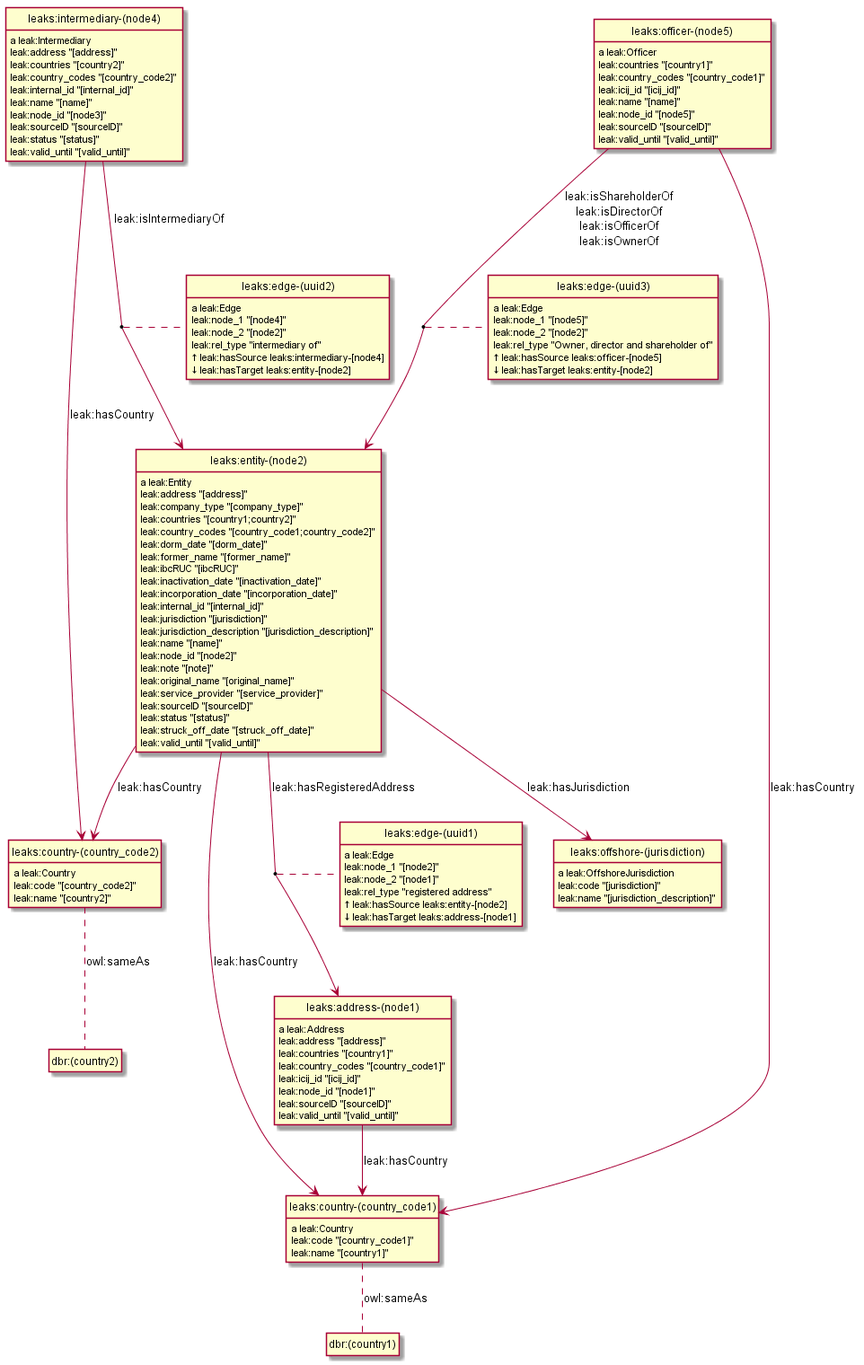
Before: model.png, a diagram exported from PlantUML (Ontotext-AD/leaks).
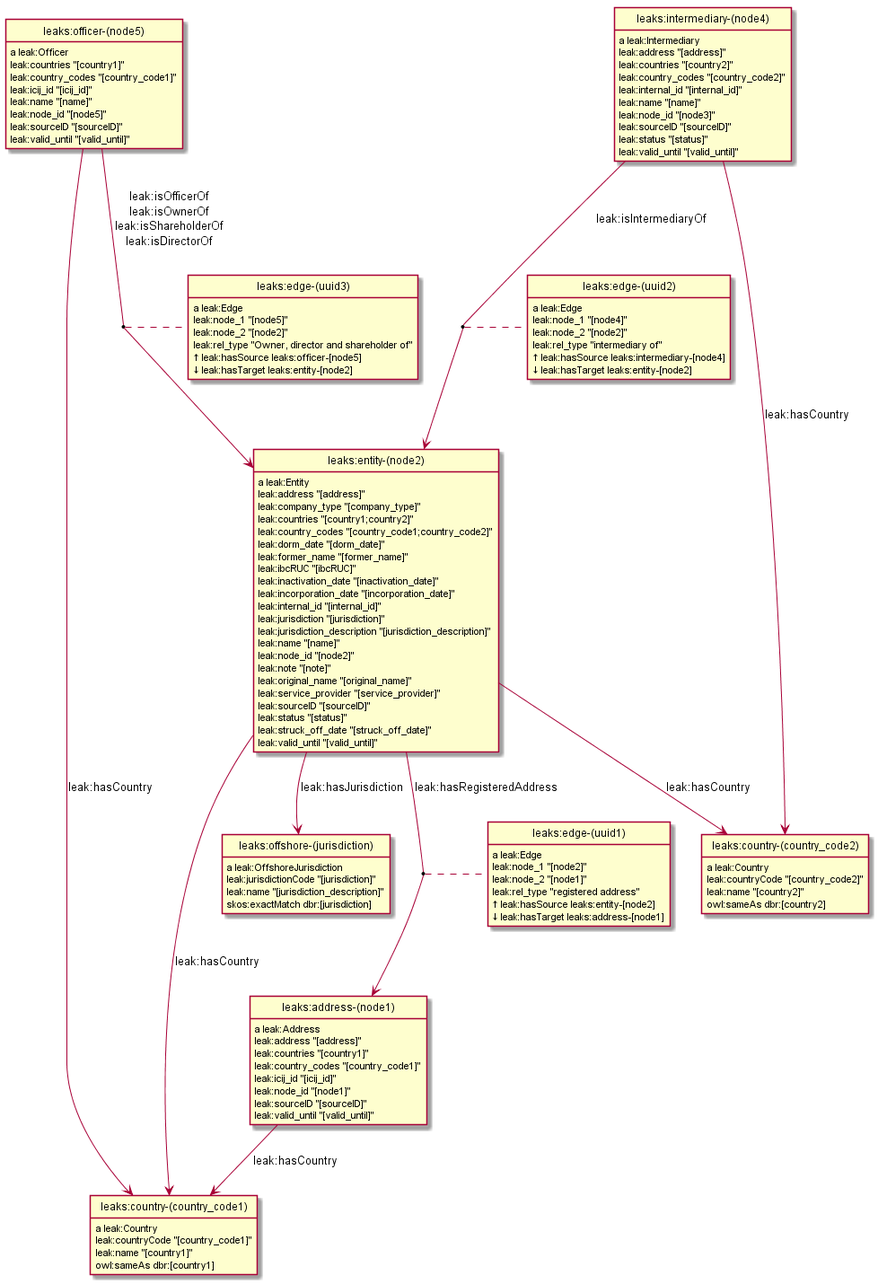
After the change.

The edit, as a diff of the source:
```diff
@@ -3,19 +3,54 @@
 hide empty attributes
 hide circle
 skinparam classAttributeIconSize 0
+class leaks_intermediary__node4_ as "leaks:intermediary-(node4)"
+leaks_intermediary__node4_ : a leak:Intermediary
+class leaks_country__country_code2_ as "leaks:country-(country_code2)"
+leaks_intermediary__node4_ --> leaks_country__country_code2_ : leak:hasCountry
+class leaks_entity__node2_ as "leaks:entity-(node2)"
+leaks_intermediary__node4_ --> leaks_entity__node2_ : leak:isIntermediaryOf
+leaks_intermediary__node4_ : leak:address "[address]"
+leaks_intermediary__node4_ : leak:countries "[country2]"
+leaks_intermediary__node4_ : leak:country_codes "[country_code2]"
+leaks_intermediary__node4_ : leak:internal_id "[internal_id]"
+leaks_intermediary__node4_ : leak:name "[name]"
+leaks_intermediary__node4_ : leak:node_id "[node3]"
+leaks_intermediary__node4_ : leak:sourceID "[sourceID]"
+leaks_intermediary__node4_ : leak:status "[status]"
+leaks_intermediary__node4_ : leak:valid_until "[valid_until]"
+class leaks_edge__uuid1_ as "leaks:edge-(uuid1)"
+leaks_edge__uuid1_ : a leak:Edge
+leaks_edge__uuid1_ : leak:node_1 "[node2]"
+leaks_edge__uuid1_ : leak:node_2 "[node1]"
+leaks_edge__uuid1_ : leak:rel_type "registered address"
+class leaks_edge__uuid2_ as "leaks:edge-(uuid2)"
+leaks_edge__uuid2_ : a leak:Edge
+leaks_edge__uuid2_ : leak:node_1 "[node4]"
+leaks_edge__uuid2_ : leak:node_2 "[node2]"
+leaks_edge__uuid2_ : leak:rel_type "intermediary of"
+class leaks_officer__node5_ as "leaks:officer-(node5)"
+leaks_officer__node5_ : a leak:Officer
+leaks_officer__node5_ --> leaks_entity__node2_ : leak:isOfficerOf\nleak:isOwnerOf\nleak:isShareholderOf\nleak:isDirectorOf
+class leaks_country__country_code1_ as "leaks:country-(country_code1)"
+leaks_officer__node5_ --> leaks_country__country_code1_ : leak:hasCountry
+leaks_officer__node5_ : leak:countries "[country1]"
+leaks_officer__node5_ : leak:country_codes "[country_code1]"
+leaks_officer__node5_ : leak:icij_id "[icij_id]"
+leaks_officer__node5_ : leak:name "[name]"
+leaks_officer__node5_ : leak:node_id "[node5]"
+leaks_officer__node5_ : leak:sourceID "[sourceID]"
+leaks_officer__node5_ : leak:valid_until "[valid_until]"
+leaks_country__country_code1_ : a leak:Country
+leaks_country__country_code1_ : leak:countryCode "[country_code1]"
+leaks_country__country_code1_ : leak:name "[country1]"
+leaks_country__country_code1_ : owl:sameAs dbr:[country1]
+leaks_entity__node2_ : a leak:Entity
+leaks_entity__node2_ --> leaks_country__country_code2_ : leak:hasCountry
 class leaks_offshore__jurisdiction_ as "leaks:offshore-(jurisdiction)"
-leaks_offshore__jurisdiction_ : a leak:OffshoreJurisdiction
-leaks_offshore__jurisdiction_ : leak:code "[jurisdiction]"
-leaks_offshore__jurisdiction_ : leak:name "[jurisdiction_description]"
-class leaks_entity__node2_ as "leaks:entity-(node2)"
-leaks_entity__node2_ : a leak:Entity
 leaks_entity__node2_ --> leaks_offshore__jurisdiction_ : leak:hasJurisdiction
 class leaks_address__node1_ as "leaks:address-(node1)"
 leaks_entity__node2_ --> leaks_address__node1_ : leak:hasRegisteredAddress
-class leaks_country__country_code1_ as "leaks:country-(country_code1)"
 leaks_entity__node2_ --> leaks_country__country_code1_ : leak:hasCountry
-class leaks_country__country_code2_ as "leaks:country-(country_code2)"
-leaks_entity__node2_ --> leaks_country__country_code2_ : leak:hasCountry
 leaks_entity__node2_ : leak:address "[address]"
 leaks_entity__node2_ : leak:company_type "[company_type]"
 leaks_entity__node2_ : leak:countries "[country1;country2]"
@@ -37,40 +72,19 @@
 leaks_entity__node2_ : leak:status "[status]"
 leaks_entity__node2_ : leak:struck_off_date "[struck_off_date]"
 leaks_entity__node2_ : leak:valid_until "[valid_until]"
-class leaks_intermediary__node4_ as "leaks:intermediary-(node4)"
-leaks_intermediary__node4_ : a leak:Intermediary
-leaks_intermediary__node4_ --> leaks_entity__node2_ : leak:isIntermediaryOf
-leaks_intermediary__node4_ --> leaks_country__country_code2_ : leak:hasCountry
-leaks_intermediary__node4_ : leak:address "[address]"
-leaks_intermediary__node4_ : leak:countries "[country2]"
-leaks_intermediary__node4_ : leak:country_codes "[country_code2]"
-leaks_intermediary__node4_ : leak:internal_id "[internal_id]"
-leaks_intermediary__node4_ : leak:name "[name]"
-leaks_intermediary__node4_ : leak:node_id "[node3]"
-leaks_intermediary__node4_ : leak:sourceID "[sourceID]"
-leaks_intermediary__node4_ : leak:status "[status]"
-leaks_intermediary__node4_ : leak:valid_until "[valid_until]"
-class leaks_officer__node5_ as "leaks:officer-(node5)"
-leaks_officer__node5_ : a leak:Officer
-leaks_officer__node5_ --> leaks_country__country_code1_ : leak:hasCountry
-leaks_officer__node5_ --> leaks_entity__node2_ : leak:isShareholderOf\nleak:isDirectorOf\nleak:isOfficerOf\nleak:isOwnerOf
-leaks_officer__node5_ : leak:countries "[country1]"
-leaks_officer__node5_ : leak:country_codes "[country_code1]"
-leaks_officer__node5_ : leak:icij_id "[icij_id]"
-leaks_officer__node5_ : leak:name "[name]"
-leaks_officer__node5_ : leak:node_id "[node5]"
-leaks_officer__node5_ : leak:sourceID "[sourceID]"
-leaks_officer__node5_ : leak:valid_until "[valid_until]"
-class leaks_edge__uuid1_ as "leaks:edge-(uuid1)"
-leaks_edge__uuid1_ : a leak:Edge
-leaks_edge__uuid1_ : leak:node_1 "[node2]"
-leaks_edge__uuid1_ : leak:node_2 "[node1]"
-leaks_edge__uuid1_ : leak:rel_type "registered address"
-class leaks_edge__uuid2_ as "leaks:edge-(uuid2)"
-leaks_edge__uuid2_ : a leak:Edge
-leaks_edge__uuid2_ : leak:node_1 "[node4]"
-leaks_edge__uuid2_ : leak:node_2 "[node2]"
-leaks_edge__uuid2_ : leak:rel_type "intermediary of"
+class leaks_edge__uuid3_ as "leaks:edge-(uuid3)"
+leaks_edge__uuid3_ : a leak:Edge
+leaks_edge__uuid3_ : leak:node_1 "[node5]"
+leaks_edge__uuid3_ : leak:node_2 "[node2]"
+leaks_edge__uuid3_ : leak:rel_type "Owner, director and shareholder of"
+leaks_offshore__jurisdiction_ : a leak:OffshoreJurisdiction
+leaks_offshore__jurisdiction_ : leak:jurisdictionCode "[jurisdiction]"
+leaks_offshore__jurisdiction_ : leak:name "[jurisdiction_description]"
+leaks_offshore__jurisdiction_ : skos:exactMatch dbr:[jurisdiction]
+leaks_country__country_code2_ : a leak:Country
+leaks_country__country_code2_ : leak:countryCode "[country_code2]"
+leaks_country__country_code2_ : leak:name "[country2]"
+leaks_country__country_code2_ : owl:sameAs dbr:[country2]
 leaks_address__node1_ : a leak:Address
 leaks_address__node1_ --> leaks_country__country_code1_ : leak:hasCountry
 leaks_address__node1_ : leak:address "[address]"
@@ -80,28 +94,13 @@
 leaks_address__node1_ : leak:node_id "[node1]"
 leaks_address__node1_ : leak:sourceID "[sourceID]"
 leaks_address__node1_ : leak:valid_until "[valid_until]"
-leaks_country__country_code1_ : a leak:Country
-class dbr__country1_ as "dbr:(country1)"
-leaks_country__country_code1_ .. dbr__country1_ : owl:sameAs
-leaks_country__country_code1_ : leak:code "[country_code1]"
-leaks_country__country_code1_ : leak:name "[country1]"
-leaks_country__country_code2_ : a leak:Country
-class dbr__country2_ as "dbr:(country2)"
-leaks_country__country_code2_ .. dbr__country2_ : owl:sameAs
-leaks_country__country_code2_ : leak:code "[country_code2]"
-leaks_country__country_code2_ : leak:name "[country2]"
-class leaks_edge__uuid3_ as "leaks:edge-(uuid3)"
-leaks_edge__uuid3_ : a leak:Edge
-leaks_edge__uuid3_ : leak:node_1 "[node5]"
-leaks_edge__uuid3_ : leak:node_2 "[node2]"
-leaks_edge__uuid3_ : leak:rel_type "Owner, director and shareholder of"
+(leaks_intermediary__node4_, leaks_entity__node2_) . leaks_edge__uuid2_
+leaks_edge__uuid2_ : ? leak:hasSource leaks:intermediary-[node4]
+leaks_edge__uuid2_ : ? leak:hasTarget leaks:entity-[node2]
 (leaks_entity__node2_, leaks_address__node1_) . leaks_edge__uuid1_
 leaks_edge__uuid1_ : ? leak:hasSource leaks:entity-[node2]
 leaks_edge__uuid1_ : ? leak:hasTarget leaks:address-[node1]
 (leaks_officer__node5_, leaks_entity__node2_) . leaks_edge__uuid3_
 leaks_edge__uuid3_ : ? leak:hasSource leaks:officer-[node5]
 leaks_edge__uuid3_ : ? leak:hasTarget leaks:entity-[node2]
-(leaks_intermediary__node4_, leaks_entity__node2_) . leaks_edge__uuid2_
-leaks_edge__uuid2_ : ? leak:hasSource leaks:intermediary-[node4]
-leaks_edge__uuid2_ : ? leak:hasTarget leaks:entity-[node2]
 @enduml
```
